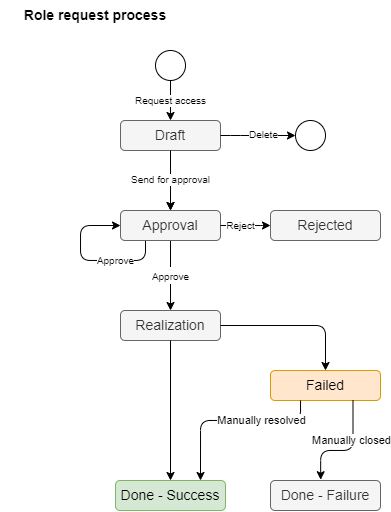
Above: midpoint/devel/iga/role-request/iga-schemas-role-request.png in Evolveum/docs (draw.io), before the change. Source tidied: cells renumbered, new cells last; positions are measured from the earlier drawing's top-left corner, leaving out a move shared by most shapes. The source it was exported from:
```xml
<mxGraphModel>
  <root>
    <mxCell id="0" />
    <mxCell id="1" parent="0" />
    <mxCell id="2" style="edgeStyle=orthogonalEdgeStyle;rounded=0;jettySize=auto;html=1;" parent="1" edge="1" source="3" target="9">
      <mxGeometry relative="1" as="geometry" />
    </mxCell>
    <mxCell id="3" value="Draft" style="rounded=1;whiteSpace=wrap;html=1;fontSize=14;fillColor=#f5f5f5;fontColor=#333333;strokeColor=#666666;" parent="1" vertex="1">
      <mxGeometry x="120" y="120" width="100" height="30" as="geometry" />
    </mxCell>
    <mxCell id="4" value="Realization" style="rounded=1;whiteSpace=wrap;html=1;fontSize=14;fillColor=#f5f5f5;fontColor=#333333;strokeColor=#666666;" parent="1" vertex="1">
      <mxGeometry x="120" y="310" width="100" height="30" as="geometry" />
    </mxCell>
    <mxCell id="5" value="Role request process" style="text;html=1;strokeColor=none;fillColor=none;align=center;verticalAlign=middle;whiteSpace=wrap;rounded=0;fontSize=14;fontStyle=1;" parent="1" vertex="1">
      <mxGeometry width="190" height="30" as="geometry" />
    </mxCell>
    <mxCell id="6" value="&lt;font style=&quot;font-size: 10px&quot;&gt;Approve&lt;/font&gt;" style="endArrow=classic;html=1;rounded=0;fontSize=14;exitX=0.5;exitY=1;exitDx=0;exitDy=0;" parent="1" edge="1" source="9" target="4">
      <mxGeometry relative="1" as="geometry" />
    </mxCell>
    <mxCell id="7" style="endArrow=classic;html=1;rounded=1;fontSize=14;edgeStyle=orthogonalEdgeStyle;startArrow=none;startFill=0;exitX=0.25;exitY=1;exitDx=0;exitDy=0;entryX=0;entryY=0.5;entryDx=0;entryDy=0;" parent="1" edge="1" source="9" target="9">
      <mxGeometry relative="1" as="geometry">
        <Array as="points">
          <mxPoint x="145" y="260" />
          <mxPoint x="80" y="260" />
          <mxPoint x="80" y="225" />
        </Array>
      </mxGeometry>
    </mxCell>
    <mxCell id="8" value="Approve" style="edgeLabel;html=1;align=center;verticalAlign=middle;fontSize=10;fontColor=#000000;" parent="7" vertex="1">
      <mxGeometry x="-0.23" y="-2" relative="1" as="geometry">
        <mxPoint x="12" y="2" as="offset" />
      </mxGeometry>
    </mxCell>
    <mxCell id="9" value="Approval" style="rounded=1;whiteSpace=wrap;html=1;fontSize=14;fillColor=#f5f5f5;fontColor=#333333;strokeColor=#666666;" parent="1" vertex="1">
      <mxGeometry x="120" y="210" width="100" height="30" as="geometry" />
    </mxCell>
    <mxCell id="10" style="endArrow=classic;html=1;rounded=1;fontSize=14;edgeStyle=orthogonalEdgeStyle;startArrow=none;startFill=0;exitX=0.5;exitY=1;exitDx=0;exitDy=0;entryX=0.5;entryY=0;entryDx=0;entryDy=0;" parent="1" edge="1" source="3" target="9">
      <mxGeometry relative="1" as="geometry" />
    </mxCell>
    <mxCell id="11" value="Send for approval" style="edgeLabel;html=1;align=center;verticalAlign=middle;fontSize=10;fontColor=#000000;" parent="10" vertex="1">
      <mxGeometry x="-0.23" y="-2" relative="1" as="geometry">
        <mxPoint x="2" y="5" as="offset" />
      </mxGeometry>
    </mxCell>
    <mxCell id="12" style="endArrow=classic;html=1;rounded=1;fontSize=14;edgeStyle=orthogonalEdgeStyle;startArrow=none;startFill=0;exitX=0.5;exitY=1;exitDx=0;exitDy=0;entryX=0.5;entryY=0;entryDx=0;entryDy=0;" parent="1" edge="1" source="22" target="3">
      <mxGeometry relative="1" as="geometry" />
    </mxCell>
    <mxCell id="13" style="ellipse;whiteSpace=wrap;html=1;fontSize=14;" parent="1" vertex="1">
      <mxGeometry x="295" y="120" width="30" height="30" as="geometry" />
    </mxCell>
    <mxCell id="14" style="endArrow=classic;html=1;rounded=1;fontSize=14;edgeStyle=orthogonalEdgeStyle;startArrow=none;startFill=0;exitX=1;exitY=0.5;exitDx=0;exitDy=0;entryX=0;entryY=0.5;entryDx=0;entryDy=0;" parent="1" edge="1" source="3" target="13">
      <mxGeometry relative="1" as="geometry">
        <Array as="points">
          <mxPoint x="240" y="135" />
          <mxPoint x="240" y="135" />
        </Array>
      </mxGeometry>
    </mxCell>
    <mxCell id="15" value="Delete" style="edgeLabel;html=1;align=center;verticalAlign=middle;fontSize=10;" parent="14" vertex="1">
      <mxGeometry x="0.15" y="1" relative="1" as="geometry" />
    </mxCell>
    <mxCell id="16" style="endArrow=classic;html=1;rounded=0;fontSize=14;exitX=0.5;exitY=1;exitDx=0;exitDy=0;entryX=0.5;entryY=0;entryDx=0;entryDy=0;" parent="1" edge="1" source="4" target="17">
      <mxGeometry relative="1" as="geometry" />
    </mxCell>
    <mxCell id="17" value="Done - Success" style="rounded=1;whiteSpace=wrap;html=1;fontSize=14;fillColor=#d5e8d4;strokeColor=#82b366;" parent="1" vertex="1">
      <mxGeometry x="115" y="480" width="110" height="30" as="geometry" />
    </mxCell>
    <mxCell id="18" value="Rejected" style="rounded=1;whiteSpace=wrap;html=1;fontSize=14;fillColor=#f5f5f5;strokeColor=#666666;fontColor=#333333;" parent="1" vertex="1">
      <mxGeometry x="270" y="210" width="110" height="30" as="geometry" />
    </mxCell>
    <mxCell id="19" style="endArrow=classic;html=1;rounded=1;fontSize=14;edgeStyle=orthogonalEdgeStyle;startArrow=none;startFill=0;exitX=1;exitY=0.5;exitDx=0;exitDy=0;entryX=0;entryY=0.5;entryDx=0;entryDy=0;" parent="1" edge="1" source="9" target="18">
      <mxGeometry relative="1" as="geometry">
        <Array as="points">
          <mxPoint x="260" y="225" />
          <mxPoint x="260" y="225" />
        </Array>
      </mxGeometry>
    </mxCell>
    <mxCell id="20" value="Reject" style="edgeLabel;html=1;align=center;verticalAlign=middle;fontSize=10;" parent="19" vertex="1">
      <mxGeometry x="0.15" y="1" relative="1" as="geometry">
        <mxPoint x="-9" y="1" as="offset" />
      </mxGeometry>
    </mxCell>
    <mxCell id="21" value="Failed" style="rounded=1;whiteSpace=wrap;html=1;fontSize=14;fillColor=#ffe6cc;strokeColor=#d79b00;" parent="1" vertex="1">
      <mxGeometry x="270" y="370" width="110" height="30" as="geometry" />
    </mxCell>
    <mxCell id="22" style="ellipse;whiteSpace=wrap;html=1;fontSize=14;" parent="1" vertex="1">
      <mxGeometry x="155" y="50" width="30" height="30" as="geometry" />
    </mxCell>
    <mxCell id="23" style="endArrow=none;html=1;rounded=1;fontSize=14;edgeStyle=orthogonalEdgeStyle;startArrow=none;startFill=0;exitX=0.5;exitY=1;exitDx=0;exitDy=0;entryX=0.5;entryY=0;entryDx=0;entryDy=0;" parent="1" edge="1" target="22">
      <mxGeometry relative="1" as="geometry">
        <mxPoint x="169.7" y="50" as="sourcePoint" />
      </mxGeometry>
    </mxCell>
    <mxCell id="24" value="Request access" style="edgeLabel;html=1;align=center;verticalAlign=middle;fontSize=10;fontColor=#000000;" parent="23" vertex="1">
      <mxGeometry x="-0.23" y="-2" relative="1" as="geometry">
        <mxPoint y="48" as="offset" />
      </mxGeometry>
    </mxCell>
    <mxCell id="25" style="endArrow=classic;html=1;rounded=1;fontSize=14;edgeStyle=orthogonalEdgeStyle;startArrow=none;startFill=0;exitX=1;exitY=0.5;exitDx=0;exitDy=0;entryX=0.5;entryY=0;entryDx=0;entryDy=0;" parent="1" edge="1" source="4" target="21">
      <mxGeometry relative="1" as="geometry">
        <Array as="points">
          <mxPoint x="325" y="325" />
        </Array>
      </mxGeometry>
    </mxCell>
    <mxCell id="26" style="endArrow=classic;html=1;rounded=1;fontSize=14;edgeStyle=orthogonalEdgeStyle;startArrow=none;startFill=0;" parent="1" edge="1" source="21">
      <mxGeometry relative="1" as="geometry">
        <mxPoint x="200" y="480" as="targetPoint" />
        <Array as="points">
          <mxPoint x="300" y="420" />
          <mxPoint x="200" y="420" />
        </Array>
      </mxGeometry>
    </mxCell>
    <mxCell id="27" value="Manually resolved" style="edgeLabel;html=1;align=center;verticalAlign=middle;" parent="26" vertex="1">
      <mxGeometry x="-0.35" y="1" relative="1" as="geometry">
        <mxPoint x="-1" y="-1" as="offset" />
      </mxGeometry>
    </mxCell>
    <mxCell id="28" value="Done - Failure" style="rounded=1;whiteSpace=wrap;html=1;fontSize=14;fillColor=#f5f5f5;strokeColor=#666666;fontColor=#333333;" parent="1" vertex="1">
      <mxGeometry x="270" y="480" width="110" height="30" as="geometry" />
    </mxCell>
    <mxCell id="29" style="endArrow=classic;html=1;rounded=1;fontSize=14;edgeStyle=orthogonalEdgeStyle;startArrow=none;startFill=0;exitX=0.75;exitY=1;exitDx=0;exitDy=0;entryX=0.456;entryY=-0.026;entryDx=0;entryDy=0;entryPerimeter=0;" parent="1" edge="1" source="21" target="28">
      <mxGeometry x="0.11" relative="1" as="geometry">
        <Array as="points">
          <mxPoint x="353" y="450" />
          <mxPoint x="320" y="450" />
        </Array>
      </mxGeometry>
    </mxCell>
    <mxCell id="30" value="Manually closed" style="edgeLabel;html=1;align=center;verticalAlign=middle;" parent="29" vertex="1">
      <mxGeometry x="0.28" y="3" relative="1" as="geometry">
        <mxPoint x="19" y="-13" as="offset" />
      </mxGeometry>
    </mxCell>
  </root>
</mxGraphModel>
```
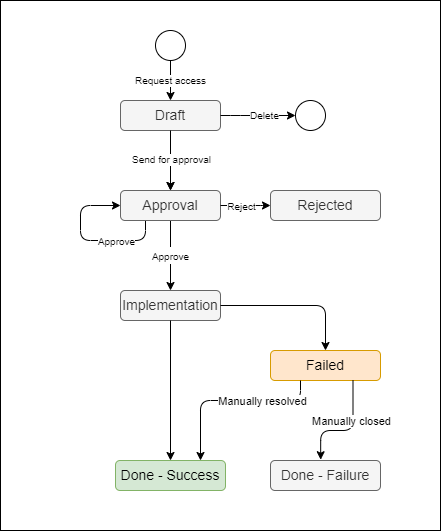
The same diagram one commit later.

Commit message:
IGA design: Access request process

The edit, as a diff of the source:
```diff
@@ -8,12 +8,9 @@
     <mxCell id="3" value="Draft" style="rounded=1;whiteSpace=wrap;html=1;fontSize=14;fillColor=#f5f5f5;fontColor=#333333;strokeColor=#666666;" parent="1" vertex="1">
       <mxGeometry x="120" y="120" width="100" height="30" as="geometry" />
     </mxCell>
-    <mxCell id="4" value="Realization" style="rounded=1;whiteSpace=wrap;html=1;fontSize=14;fillColor=#f5f5f5;fontColor=#333333;strokeColor=#666666;" parent="1" vertex="1">
+    <mxCell id="4" value="Implementation" style="rounded=1;whiteSpace=wrap;html=1;fontSize=14;fillColor=#f5f5f5;fontColor=#333333;strokeColor=#666666;" parent="1" vertex="1">
       <mxGeometry x="120" y="310" width="100" height="30" as="geometry" />
     </mxCell>
-    <mxCell id="5" value="Role request process" style="text;html=1;strokeColor=none;fillColor=none;align=center;verticalAlign=middle;whiteSpace=wrap;rounded=0;fontSize=14;fontStyle=1;" parent="1" vertex="1">
-      <mxGeometry width="190" height="30" as="geometry" />
-    </mxCell>
     <mxCell id="6" value="&lt;font style=&quot;font-size: 10px&quot;&gt;Approve&lt;/font&gt;" style="endArrow=classic;html=1;rounded=0;fontSize=14;exitX=0.5;exitY=1;exitDx=0;exitDy=0;" parent="1" edge="1" source="9" target="4">
       <mxGeometry relative="1" as="geometry" />
     </mxCell>
@@ -134,5 +131,8 @@
         <mxPoint x="19" y="-13" as="offset" />
       </mxGeometry>
     </mxCell>
+    <mxCell id="31" style="rounded=0;whiteSpace=wrap;html=1;labelBackgroundColor=none;strokeColor=#000000;strokeWidth=1;fillColor=none;gradientColor=#B3B3B3;" parent="1" vertex="1">
+      <mxGeometry y="20" width="440" height="530" as="geometry" />
+    </mxCell>
   </root>
 </mxGraphModel>
```
